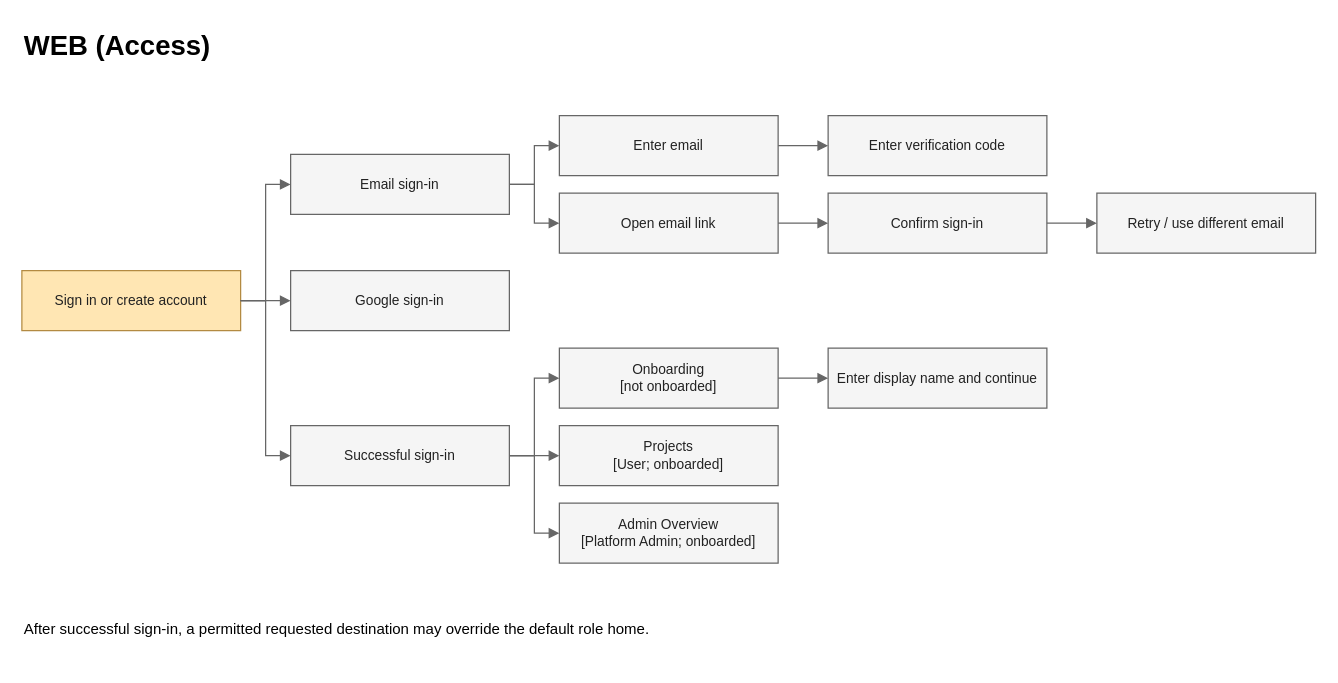
openai-scientist/docs keeps this draw.io diagram as page "Access" (1 of 8) of diagrams/02-screen-flow/Screen-Flow-Diagram.drawio. Above is the earlier version. Source tidied: cells renumbered, new cells numbered last; positions are measured from the earlier drawing's top-left corner, leaving out a move shared by most shapes. Both pictures are drawn from the tidied source at 125%, with x=0, y=0 at pixel (21, 21).
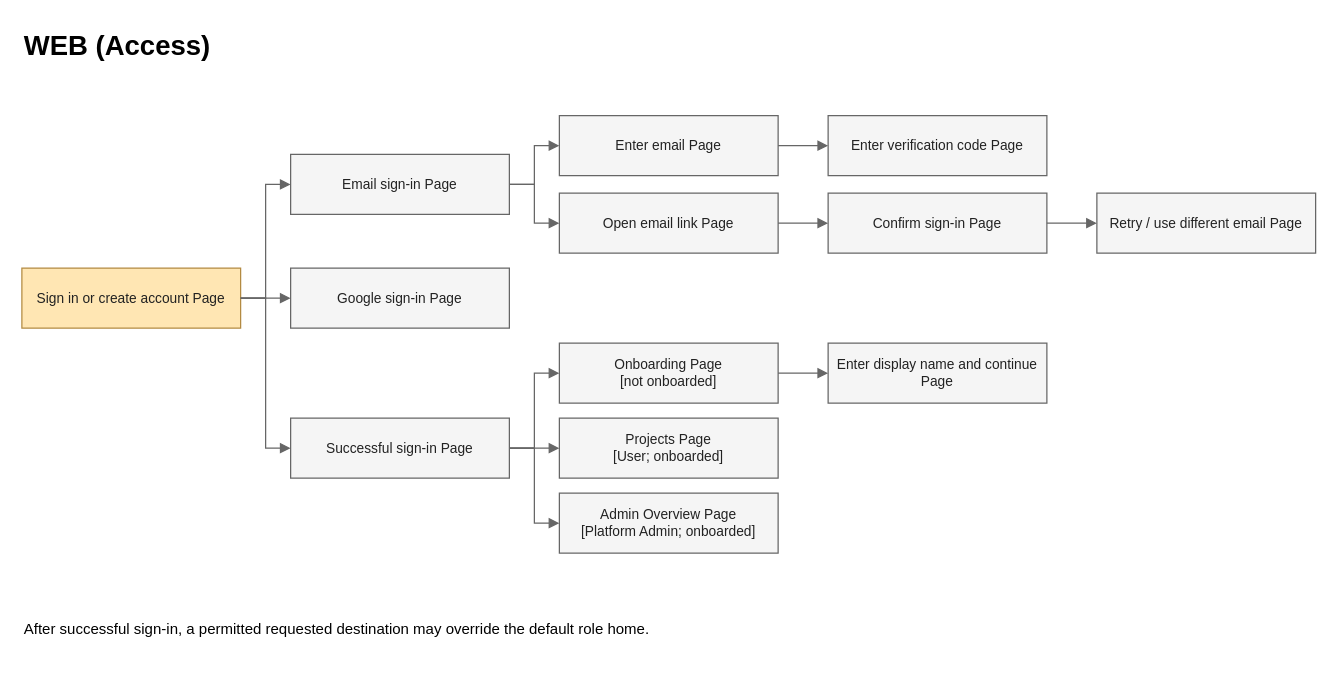
The same page after the edit.

The edit, as a diff of the source:
```diff
@@
-    <mxCell id="3" value="Sign in or create account" style="rounded=0;whiteSpace=wrap;html=1;fillColor=#f5f5f5;strokeColor=#666666;fontColor=#222222;fontFamily=Arial;fontSize=11;fillColor=#ffe6b3;strokeColor=#b38a42;" parent="1" vertex="1">
-      <mxGeometry y="199" width="175" height="48" as="geometry" />
+    <mxCell id="3" value="Sign in or create account Page" style="rounded=0;whiteSpace=wrap;html=1;fillColor=#f5f5f5;strokeColor=#666666;fontColor=#222222;fontFamily=Arial;fontSize=11;fillColor=#ffe6b3;strokeColor=#b38a42;" parent="1" vertex="1">
+      <mxGeometry y="197" width="175" height="48" as="geometry" />
     </mxCell>
-    <mxCell id="4" value="Email sign-in" style="rounded=0;whiteSpace=wrap;html=1;fillColor=#f5f5f5;strokeColor=#666666;fontColor=#222222;fontFamily=Arial;fontSize=11;" parent="1" vertex="1">
+    <mxCell id="4" value="Email sign-in Page" style="rounded=0;whiteSpace=wrap;html=1;fillColor=#f5f5f5;strokeColor=#666666;fontColor=#222222;fontFamily=Arial;fontSize=11;" parent="1" vertex="1">
       <mxGeometry x="215" y="106" width="175" height="48" as="geometry" />
     </mxCell>
-    <mxCell id="5" value="Enter email" style="rounded=0;whiteSpace=wrap;html=1;fillColor=#f5f5f5;strokeColor=#666666;fontColor=#222222;fontFamily=Arial;fontSize=11;" parent="1" vertex="1">
+    <mxCell id="5" value="Enter email Page" style="rounded=0;whiteSpace=wrap;html=1;fillColor=#f5f5f5;strokeColor=#666666;fontColor=#222222;fontFamily=Arial;fontSize=11;" parent="1" vertex="1">
       <mxGeometry x="430" y="75" width="175" height="48" as="geometry" />
     </mxCell>
-    <mxCell id="6" value="Enter verification code" style="rounded=0;whiteSpace=wrap;html=1;fillColor=#f5f5f5;strokeColor=#666666;fontColor=#222222;fontFamily=Arial;fontSize=11;" parent="1" vertex="1">
+    <mxCell id="6" value="Enter verification code Page" style="rounded=0;whiteSpace=wrap;html=1;fillColor=#f5f5f5;strokeColor=#666666;fontColor=#222222;fontFamily=Arial;fontSize=11;" parent="1" vertex="1">
       <mxGeometry x="645" y="75" width="175" height="48" as="geometry" />
     </mxCell>
-    <mxCell id="7" value="Open email link" style="rounded=0;whiteSpace=wrap;html=1;fillColor=#f5f5f5;strokeColor=#666666;fontColor=#222222;fontFamily=Arial;fontSize=11;" parent="1" vertex="1">
+    <mxCell id="7" value="Open email link Page" style="rounded=0;whiteSpace=wrap;html=1;fillColor=#f5f5f5;strokeColor=#666666;fontColor=#222222;fontFamily=Arial;fontSize=11;" parent="1" vertex="1">
       <mxGeometry x="430" y="137" width="175" height="48" as="geometry" />
     </mxCell>
-    <mxCell id="8" value="Confirm sign-in" style="rounded=0;whiteSpace=wrap;html=1;fillColor=#f5f5f5;strokeColor=#666666;fontColor=#222222;fontFamily=Arial;fontSize=11;" parent="1" vertex="1">
+    <mxCell id="8" value="Confirm sign-in Page" style="rounded=0;whiteSpace=wrap;html=1;fillColor=#f5f5f5;strokeColor=#666666;fontColor=#222222;fontFamily=Arial;fontSize=11;" parent="1" vertex="1">
       <mxGeometry x="645" y="137" width="175" height="48" as="geometry" />
     </mxCell>
-    <mxCell id="9" value="Retry / use different email" style="rounded=0;whiteSpace=wrap;html=1;fillColor=#f5f5f5;strokeColor=#666666;fontColor=#222222;fontFamily=Arial;fontSize=11;" parent="1" vertex="1">
+    <mxCell id="9" value="Retry / use different email Page" style="rounded=0;whiteSpace=wrap;html=1;fillColor=#f5f5f5;strokeColor=#666666;fontColor=#222222;fontFamily=Arial;fontSize=11;" parent="1" vertex="1">
       <mxGeometry x="860" y="137" width="175" height="48" as="geometry" />
     </mxCell>
-    <mxCell id="10" value="Google sign-in" style="rounded=0;whiteSpace=wrap;html=1;fillColor=#f5f5f5;strokeColor=#666666;fontColor=#222222;fontFamily=Arial;fontSize=11;" parent="1" vertex="1">
-      <mxGeometry x="215" y="199" width="175" height="48" as="geometry" />
+    <mxCell id="10" value="Google sign-in Page" style="rounded=0;whiteSpace=wrap;html=1;fillColor=#f5f5f5;strokeColor=#666666;fontColor=#222222;fontFamily=Arial;fontSize=11;" parent="1" vertex="1">
+      <mxGeometry x="215" y="197" width="175" height="48" as="geometry" />
     </mxCell>
-    <mxCell id="11" value="Successful sign-in" style="rounded=0;whiteSpace=wrap;html=1;fillColor=#f5f5f5;strokeColor=#666666;fontColor=#222222;fontFamily=Arial;fontSize=11;" parent="1" vertex="1">
-      <mxGeometry x="215" y="323" width="175" height="48" as="geometry" />
+    <mxCell id="11" value="Successful sign-in Page" style="rounded=0;whiteSpace=wrap;html=1;fillColor=#f5f5f5;strokeColor=#666666;fontColor=#222222;fontFamily=Arial;fontSize=11;" parent="1" vertex="1">
+      <mxGeometry x="215" y="317" width="175" height="48" as="geometry" />
     </mxCell>
-    <mxCell id="12" value="Onboarding&#10;[not onboarded]" style="rounded=0;whiteSpace=wrap;html=1;fillColor=#f5f5f5;strokeColor=#666666;fontColor=#222222;fontFamily=Arial;fontSize=11;" parent="1" vertex="1">
-      <mxGeometry x="430" y="261" width="175" height="48" as="geometry" />
+    <mxCell id="12" value="Onboarding Page&#10;[not onboarded]" style="rounded=0;whiteSpace=wrap;html=1;fillColor=#f5f5f5;strokeColor=#666666;fontColor=#222222;fontFamily=Arial;fontSize=11;" parent="1" vertex="1">
+      <mxGeometry x="430" y="257" width="175" height="48" as="geometry" />
     </mxCell>
-    <mxCell id="13" value="Enter display name and continue" style="rounded=0;whiteSpace=wrap;html=1;fillColor=#f5f5f5;strokeColor=#666666;fontColor=#222222;fontFamily=Arial;fontSize=11;" parent="1" vertex="1">
-      <mxGeometry x="645" y="261" width="175" height="48" as="geometry" />
+    <mxCell id="13" value="Enter display name and continue Page" style="rounded=0;whiteSpace=wrap;html=1;fillColor=#f5f5f5;strokeColor=#666666;fontColor=#222222;fontFamily=Arial;fontSize=11;" parent="1" vertex="1">
+      <mxGeometry x="645" y="257" width="175" height="48" as="geometry" />
     </mxCell>
-    <mxCell id="14" value="Projects&#10;[User; onboarded]" style="rounded=0;whiteSpace=wrap;html=1;fillColor=#f5f5f5;strokeColor=#666666;fontColor=#222222;fontFamily=Arial;fontSize=11;" parent="1" vertex="1">
-      <mxGeometry x="430" y="323" width="175" height="48" as="geometry" />
+    <mxCell id="14" value="Projects Page&#10;[User; onboarded]" style="rounded=0;whiteSpace=wrap;html=1;fillColor=#f5f5f5;strokeColor=#666666;fontColor=#222222;fontFamily=Arial;fontSize=11;" parent="1" vertex="1">
+      <mxGeometry x="430" y="317" width="175" height="48" as="geometry" />
     </mxCell>
-    <mxCell id="15" value="Admin Overview&#10;[Platform Admin; onboarded]" style="rounded=0;whiteSpace=wrap;html=1;fillColor=#f5f5f5;strokeColor=#666666;fontColor=#222222;fontFamily=Arial;fontSize=11;" parent="1" vertex="1">
-      <mxGeometry x="430" y="385" width="175" height="48" as="geometry" />
+    <mxCell id="15" value="Admin Overview Page&#10;[Platform Admin; onboarded]" style="rounded=0;whiteSpace=wrap;html=1;fillColor=#f5f5f5;strokeColor=#666666;fontColor=#222222;fontFamily=Arial;fontSize=11;" parent="1" vertex="1">
+      <mxGeometry x="430" y="377" width="175" height="48" as="geometry" />
     </mxCell>
```
